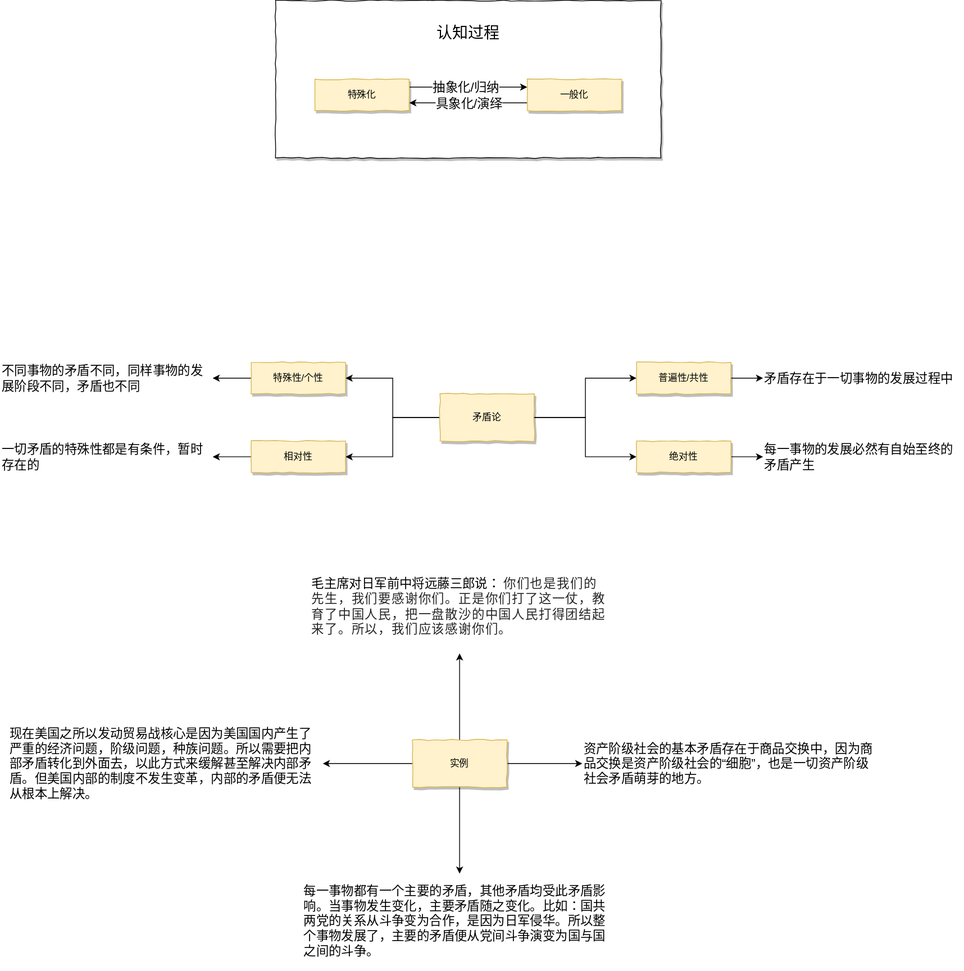
109km/deep-thinking keeps this draw.io diagram as summary-of-contradiction.drawio.svg. Above is the earlier version. Source tidied: cells renumbered, new cells last; positions are measured from the earlier drawing's top-left corner, leaving out a move shared by most shapes.
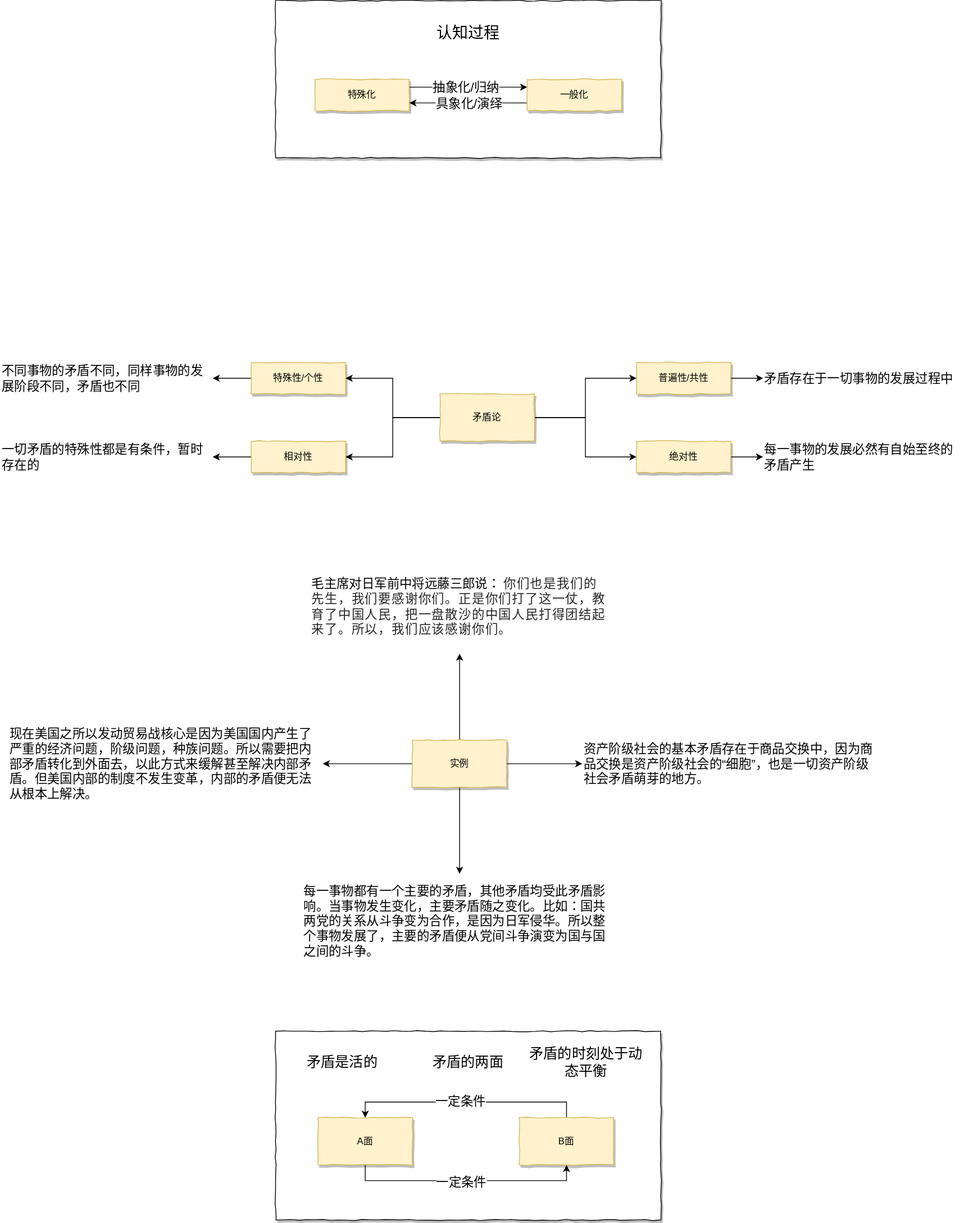
Later version of the same file.

The edit, as a diff of the source:
```diff
@@ -2,6 +2,9 @@
   <root>
     <mxCell id="0" />
     <mxCell id="1" parent="0" />
+    <mxCell id="36" style="rounded=0;whiteSpace=wrap;html=1;shadow=1;comic=1;" parent="1" vertex="1">
+      <mxGeometry x="350" y="1310" width="490" height="240" as="geometry" />
+    </mxCell>
     <mxCell id="2" style="rounded=0;whiteSpace=wrap;html=1;shadow=1;comic=1;" parent="1" vertex="1">
       <mxGeometry x="350" width="490" height="200" as="geometry" />
     </mxCell>
@@ -108,5 +111,32 @@
     <mxCell id="35" value="&lt;font face=&quot;Verdana&quot; style=&quot;font-size: 16px&quot;&gt;毛主席对日军前中将远藤三郎说：&lt;span style=&quot;color: rgb(38 , 38 , 38) ; letter-spacing: 1px ; text-indent: 36px&quot;&gt;你们也是我们的先生，我们要感谢你们。正是你们打了这一仗，教育了中国人民，把一盘散沙的中国人民打得团结起来了。所以，我们应该感谢你们。&lt;/span&gt;&lt;/font&gt;" style="text;html=1;strokeColor=none;fillColor=none;align=left;verticalAlign=middle;whiteSpace=wrap;rounded=0;shadow=1;comic=1;fontSize=16;" parent="1" vertex="1">
       <mxGeometry x="394" y="710" width="380" height="120" as="geometry" />
     </mxCell>
+    <mxCell id="37" style="edgeStyle=orthogonalEdgeStyle;rounded=0;jettySize=auto;html=1;exitX=0.5;exitY=1;exitDx=0;exitDy=0;entryX=0.5;entryY=1;entryDx=0;entryDy=0;" parent="1" edge="1" source="39" target="41">
+      <mxGeometry relative="1" as="geometry" />
+    </mxCell>
+    <mxCell id="38" value="一定条件" style="edgeLabel;html=1;align=center;verticalAlign=middle;fontSize=16;fontFamily=Verdana;" parent="37" vertex="1">
+      <mxGeometry x="-0.05" y="-1" relative="1" as="geometry" />
+    </mxCell>
+    <mxCell id="39" value="A面" style="rounded=0;whiteSpace=wrap;html=1;comic=1;shadow=1;fillColor=#fff2cc;strokeColor=#d6b656;" parent="1" vertex="1">
+      <mxGeometry x="404" y="1420" width="120" height="60" as="geometry" />
+    </mxCell>
+    <mxCell id="40" style="edgeStyle=orthogonalEdgeStyle;rounded=0;jettySize=auto;html=1;exitX=0.5;exitY=0;exitDx=0;exitDy=0;entryX=0.5;entryY=0;entryDx=0;entryDy=0;" parent="1" edge="1" source="41" target="39">
+      <mxGeometry relative="1" as="geometry" />
+    </mxCell>
+    <mxCell id="41" value="B面" style="rounded=0;whiteSpace=wrap;html=1;comic=1;shadow=1;fillColor=#fff2cc;strokeColor=#d6b656;" parent="1" vertex="1">
+      <mxGeometry x="660" y="1420" width="120" height="60" as="geometry" />
+    </mxCell>
+    <mxCell id="42" value="矛盾的两面" style="text;html=1;strokeColor=none;fillColor=none;align=center;verticalAlign=middle;whiteSpace=wrap;rounded=0;fontSize=18;fontFamily=Verdana;" parent="1" vertex="1">
+      <mxGeometry x="520" y="1340" width="150" height="20" as="geometry" />
+    </mxCell>
+    <mxCell id="43" value="一定条件" style="edgeLabel;html=1;align=center;verticalAlign=middle;fontSize=16;fontFamily=Verdana;" parent="1" vertex="1">
+      <mxGeometry x="584" y="1398" as="geometry" />
+    </mxCell>
+    <mxCell id="44" value="矛盾是活的" style="text;html=1;strokeColor=none;fillColor=none;align=center;verticalAlign=middle;whiteSpace=wrap;rounded=0;fontSize=18;fontFamily=Verdana;" parent="1" vertex="1">
+      <mxGeometry x="360" y="1340" width="150" height="20" as="geometry" />
+    </mxCell>
+    <mxCell id="45" value="矛盾的时刻处于动态平衡" style="text;html=1;strokeColor=none;fillColor=none;align=center;verticalAlign=middle;whiteSpace=wrap;rounded=0;fontSize=18;fontFamily=Verdana;" parent="1" vertex="1">
+      <mxGeometry x="670" y="1340" width="150" height="20" as="geometry" />
+    </mxCell>
   </root>
 </mxGraphModel>
```
